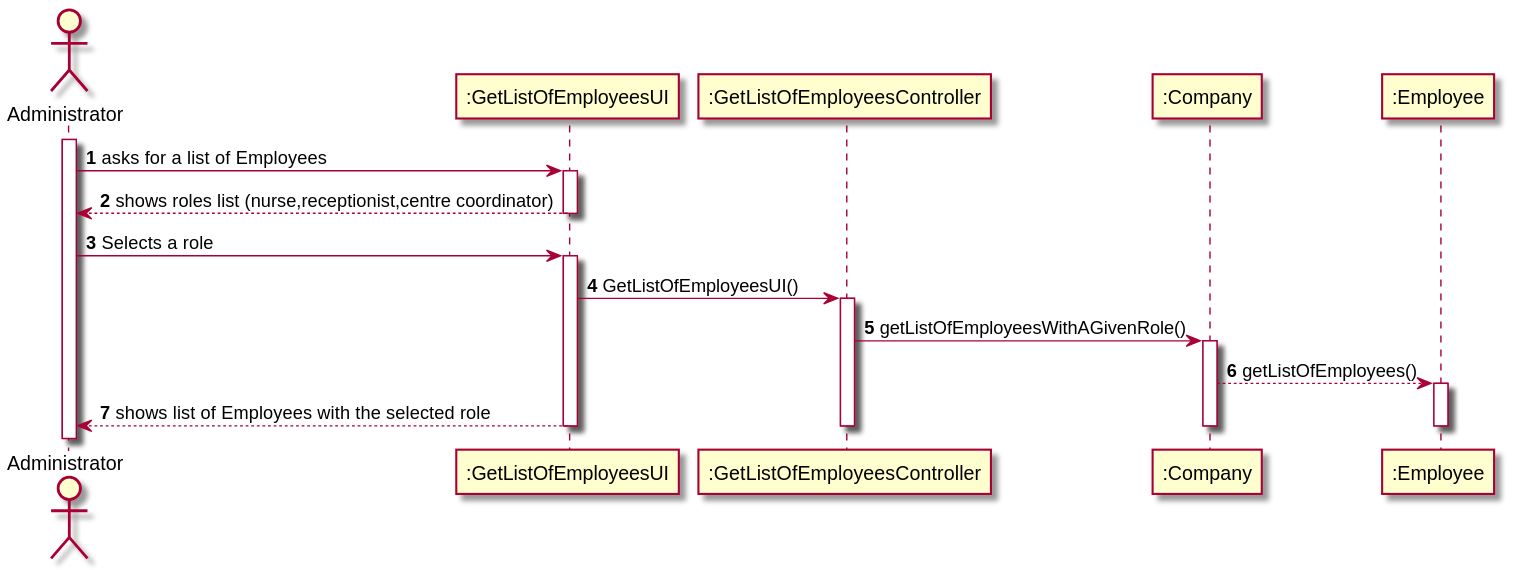
Earlier version of the PlantUML export docs/SprintB/US011/US011_SD.svg (Pirussa/lei-22-s2-1da-g02).
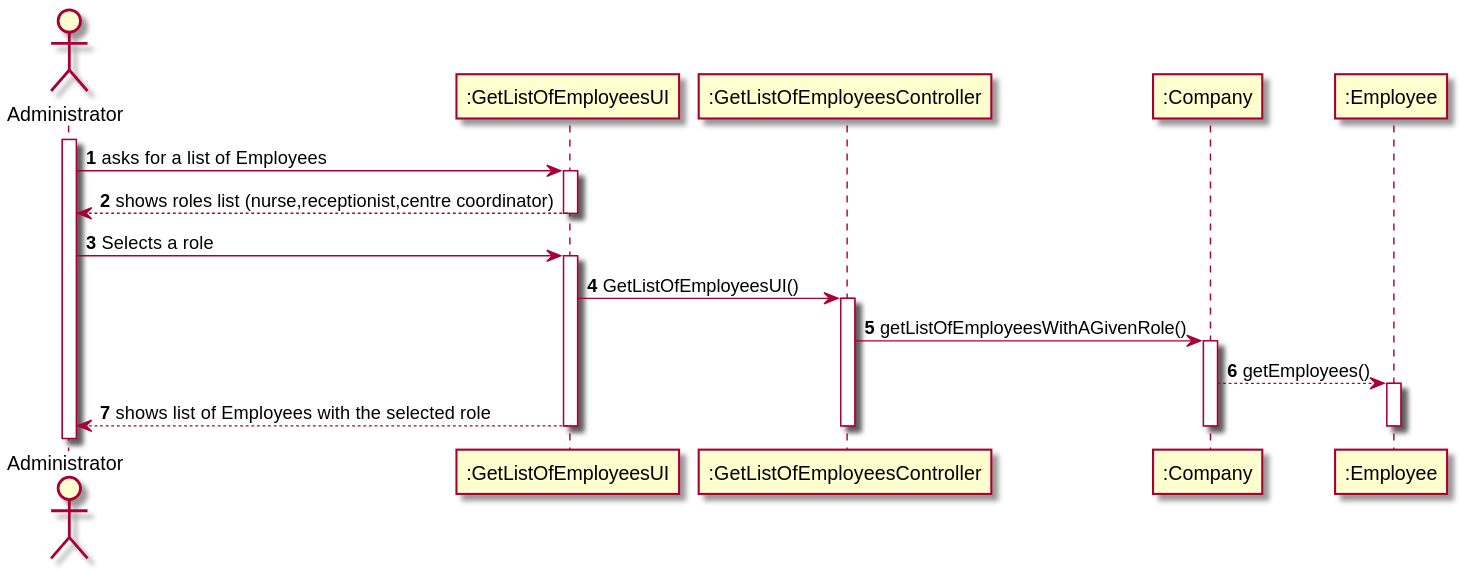
Above is the later version.

Change to the diagram source:
```diff
@@ -23,7 +23,7 @@
 
 CTRL -> C : getListOfEmployeesWithAGivenRole()
 activate C
-C --> E : getListOfEmployees()
+C --> E : getEmployees()
 activate E
 
 UI --> A: shows list of Employees with the selected role
```
